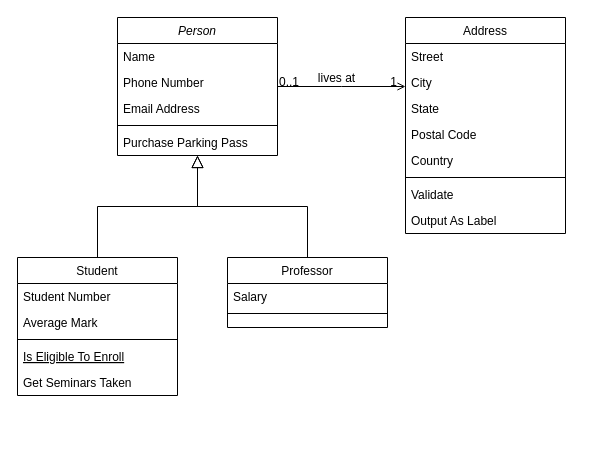
Above: ClassDiagram.drawio in Gmassis/InventoryManagerAPP (draw.io), before the change. Source tidied: cells renumbered, new cells numbered last; positions are measured from the earlier drawing's top-left corner, leaving out a move shared by most shapes. Both pictures are drawn from the tidied source at 100%, with x=0, y=0 at pixel (17, 17).
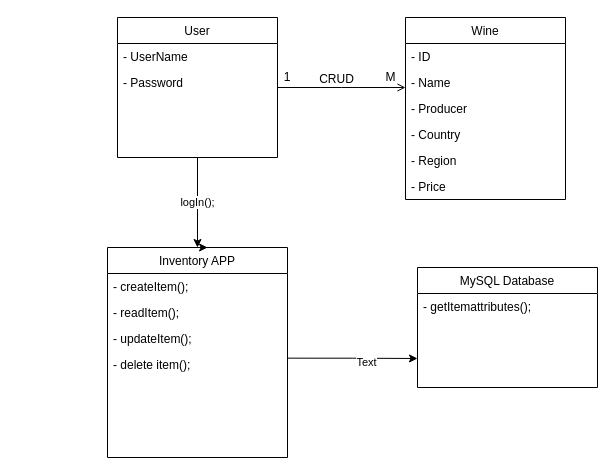
The same diagram, later.

The change refers to these unchanged cells:
```xml
<mxCell id="28" style="endArrow=open;shadow=0;strokeWidth=1;rounded=0;endFill=1;edgeStyle=elbowEdgeStyle;elbow=vertical;" parent="1" edge="1" source="2" target="19">
  <mxGeometry x="0.5" y="41" relative="1" as="geometry">
    <mxPoint x="-40" y="32" as="offset" />
  </mxGeometry>
</mxCell>
```

What changed in the source:
```diff
@@
+    <mxCell id="32" value="logIn();" style="edgeStyle=orthogonalEdgeStyle;rounded=0;jettySize=auto;html=1;exitX=0.5;exitY=1;exitDx=0;exitDy=0;entryX=0.5;entryY=0;entryDx=0;entryDy=0;" parent="1" edge="1" source="2" target="35">
+      <mxGeometry relative="1" as="geometry" />
+    </mxCell>
-    <mxCell id="2" value="Person" style="swimlane;fontStyle=2;align=center;verticalAlign=top;horizontal=1;startSize=26;rounded=0;shadow=0;strokeWidth=1;" parent="1" vertex="1">
-      <mxGeometry x="100" width="160" height="138" as="geometry" />
+    <mxCell id="2" value="User" style="swimlane;fontStyle=0;align=center;verticalAlign=top;horizontal=1;startSize=26;rounded=0;shadow=0;strokeWidth=1;" parent="1" vertex="1">
+      <mxGeometry x="100" width="160" height="140" as="geometry" />
     </mxCell>
-    <mxCell id="3" value="Name" style="text;align=left;verticalAlign=top;spacingLeft=4;spacingRight=4;overflow=hidden;" parent="2" vertex="1">
+    <mxCell id="3" value="- UserName" style="text;align=left;verticalAlign=top;spacingLeft=4;spacingRight=4;overflow=hidden;" parent="2" vertex="1">
       <mxGeometry y="26" width="160" height="26" as="geometry" />
     </mxCell>
-    <mxCell id="4" value="Phone Number" style="text;align=left;verticalAlign=top;spacingLeft=4;spacingRight=4;overflow=hidden;rounded=0;shadow=0;html=0;" parent="2" vertex="1">
+    <mxCell id="4" value="- Password" style="text;align=left;verticalAlign=top;spacingLeft=4;spacingRight=4;overflow=hidden;rounded=0;shadow=0;html=0;" parent="2" vertex="1">
       <mxGeometry y="52" width="160" height="26" as="geometry" />
     </mxCell>
-    <mxCell id="5" value="Email Address" style="text;align=left;verticalAlign=top;spacingLeft=4;spacingRight=4;overflow=hidden;rounded=0;shadow=0;html=0;" parent="2" vertex="1">
-      <mxGeometry y="78" width="160" height="26" as="geometry" />
-    </mxCell>
-    <mxCell id="6" style="line;html=1;strokeWidth=1;align=left;verticalAlign=middle;spacingTop=-1;spacingLeft=3;spacingRight=3;labelPosition=right;" parent="2" vertex="1">
-      <mxGeometry y="104" width="160" height="8" as="geometry" />
-    </mxCell>
-    <mxCell id="7" value="Purchase Parking Pass" style="text;align=left;verticalAlign=top;spacingLeft=4;spacingRight=4;overflow=hidden;" parent="2" vertex="1">
-      <mxGeometry y="112" width="160" height="26" as="geometry" />
-    </mxCell>
-    <mxCell id="8" value="Student" style="swimlane;fontStyle=0;align=center;verticalAlign=top;horizontal=1;startSize=26;rounded=0;shadow=0;strokeWidth=1;" parent="1" vertex="1">
-      <mxGeometry y="240" width="160" height="138" as="geometry" />
-    </mxCell>
-    <mxCell id="9" value="Student Number" style="text;align=left;verticalAlign=top;spacingLeft=4;spacingRight=4;overflow=hidden;" parent="8" vertex="1">
-      <mxGeometry y="26" width="160" height="26" as="geometry" />
-    </mxCell>
-    <mxCell id="10" value="Average Mark" style="text;align=left;verticalAlign=top;spacingLeft=4;spacingRight=4;overflow=hidden;rounded=0;shadow=0;html=0;" parent="8" vertex="1">
-      <mxGeometry y="52" width="160" height="26" as="geometry" />
-    </mxCell>
-    <mxCell id="11" style="line;html=1;strokeWidth=1;align=left;verticalAlign=middle;spacingTop=-1;spacingLeft=3;spacingRight=3;labelPosition=right;" parent="8" vertex="1">
-      <mxGeometry y="78" width="160" height="8" as="geometry" />
-    </mxCell>
-    <mxCell id="12" value="Is Eligible To Enroll" style="text;align=left;verticalAlign=top;spacingLeft=4;spacingRight=4;overflow=hidden;fontStyle=4;" parent="8" vertex="1">
-      <mxGeometry y="86" width="160" height="26" as="geometry" />
-    </mxCell>
-    <mxCell id="13" value="Get Seminars Taken" style="text;align=left;verticalAlign=top;spacingLeft=4;spacingRight=4;overflow=hidden;" parent="8" vertex="1">
-      <mxGeometry y="112" width="160" height="26" as="geometry" />
-    </mxCell>
-    <mxCell id="14" style="endArrow=block;endSize=10;endFill=0;shadow=0;strokeWidth=1;rounded=0;edgeStyle=elbowEdgeStyle;elbow=vertical;" parent="1" edge="1" source="8" target="2">
-      <mxGeometry relative="1" as="geometry" />
-    </mxCell>
-    <mxCell id="15" value="Professor" style="swimlane;fontStyle=0;align=center;verticalAlign=top;horizontal=1;startSize=26;rounded=0;shadow=0;strokeWidth=1;" parent="1" vertex="1">
-      <mxGeometry x="210" y="240" width="160" height="70" as="geometry" />
+    <mxCell id="15" value="MySQL Database" style="swimlane;fontStyle=0;align=center;verticalAlign=top;horizontal=1;startSize=26;rounded=0;shadow=0;strokeWidth=1;" parent="1" vertex="1">
+      <mxGeometry x="400" y="250" width="180" height="120" as="geometry" />
     </mxCell>
-    <mxCell id="16" value="Salary" style="text;align=left;verticalAlign=top;spacingLeft=4;spacingRight=4;overflow=hidden;" parent="15" vertex="1">
-      <mxGeometry y="26" width="160" height="26" as="geometry" />
-    </mxCell>
-    <mxCell id="17" style="line;html=1;strokeWidth=1;align=left;verticalAlign=middle;spacingTop=-1;spacingLeft=3;spacingRight=3;labelPosition=right;" parent="15" vertex="1">
-      <mxGeometry y="52" width="160" height="8" as="geometry" />
-    </mxCell>
-    <mxCell id="18" style="endArrow=block;endSize=10;endFill=0;shadow=0;strokeWidth=1;rounded=0;edgeStyle=elbowEdgeStyle;elbow=vertical;" parent="1" edge="1" source="15" target="2">
-      <mxGeometry relative="1" as="geometry" />
-    </mxCell>
+    <mxCell id="33" value="- getItemattributes();" style="text;align=left;verticalAlign=top;spacingLeft=4;spacingRight=4;overflow=hidden;" parent="15" vertex="1">
+      <mxGeometry y="26" width="180" height="26" as="geometry" />
+    </mxCell>
-    <mxCell id="19" value="Address" style="swimlane;fontStyle=0;align=center;verticalAlign=top;horizontal=1;startSize=26;rounded=0;shadow=0;strokeWidth=1;" parent="1" vertex="1">
-      <mxGeometry x="388" width="160" height="216" as="geometry" />
+    <mxCell id="19" value="Wine" style="swimlane;fontStyle=0;align=center;verticalAlign=top;horizontal=1;startSize=26;rounded=0;shadow=0;strokeWidth=1;" parent="1" vertex="1">
+      <mxGeometry x="388" width="160" height="182" as="geometry" />
     </mxCell>
-    <mxCell id="20" value="Street" style="text;align=left;verticalAlign=top;spacingLeft=4;spacingRight=4;overflow=hidden;" parent="19" vertex="1">
+    <mxCell id="20" value="- ID" style="text;align=left;verticalAlign=top;spacingLeft=4;spacingRight=4;overflow=hidden;" parent="19" vertex="1">
       <mxGeometry y="26" width="160" height="26" as="geometry" />
     </mxCell>
-    <mxCell id="21" value="City" style="text;align=left;verticalAlign=top;spacingLeft=4;spacingRight=4;overflow=hidden;rounded=0;shadow=0;html=0;" parent="19" vertex="1">
+    <mxCell id="21" value="- Name&#10;" style="text;align=left;verticalAlign=top;spacingLeft=4;spacingRight=4;overflow=hidden;rounded=0;shadow=0;html=0;" parent="19" vertex="1">
       <mxGeometry y="52" width="160" height="26" as="geometry" />
     </mxCell>
-    <mxCell id="22" value="State" style="text;align=left;verticalAlign=top;spacingLeft=4;spacingRight=4;overflow=hidden;rounded=0;shadow=0;html=0;" parent="19" vertex="1">
+    <mxCell id="22" value="- Producer" style="text;align=left;verticalAlign=top;spacingLeft=4;spacingRight=4;overflow=hidden;rounded=0;shadow=0;html=0;" parent="19" vertex="1">
       <mxGeometry y="78" width="160" height="26" as="geometry" />
     </mxCell>
-    <mxCell id="23" value="Postal Code" style="text;align=left;verticalAlign=top;spacingLeft=4;spacingRight=4;overflow=hidden;rounded=0;shadow=0;html=0;" parent="19" vertex="1">
+    <mxCell id="23" value="- Country" style="text;align=left;verticalAlign=top;spacingLeft=4;spacingRight=4;overflow=hidden;rounded=0;shadow=0;html=0;" parent="19" vertex="1">
       <mxGeometry y="104" width="160" height="26" as="geometry" />
     </mxCell>
-    <mxCell id="24" value="Country" style="text;align=left;verticalAlign=top;spacingLeft=4;spacingRight=4;overflow=hidden;rounded=0;shadow=0;html=0;" parent="19" vertex="1">
+    <mxCell id="24" value="- Region" style="text;align=left;verticalAlign=top;spacingLeft=4;spacingRight=4;overflow=hidden;rounded=0;shadow=0;html=0;" parent="19" vertex="1">
       <mxGeometry y="130" width="160" height="26" as="geometry" />
     </mxCell>
-    <mxCell id="25" style="line;html=1;strokeWidth=1;align=left;verticalAlign=middle;spacingTop=-1;spacingLeft=3;spacingRight=3;labelPosition=right;" parent="19" vertex="1">
-      <mxGeometry y="156" width="160" height="8" as="geometry" />
-    </mxCell>
-    <mxCell id="26" value="Validate" style="text;align=left;verticalAlign=top;spacingLeft=4;spacingRight=4;overflow=hidden;" parent="19" vertex="1">
-      <mxGeometry y="164" width="160" height="26" as="geometry" />
+    <mxCell id="26" value="- Price" style="text;align=left;verticalAlign=top;spacingLeft=4;spacingRight=4;overflow=hidden;" parent="19" vertex="1">
+      <mxGeometry y="156" width="160" height="26" as="geometry" />
     </mxCell>
-    <mxCell id="27" value="Output As Label" style="text;align=left;verticalAlign=top;spacingLeft=4;spacingRight=4;overflow=hidden;" parent="19" vertex="1">
-      <mxGeometry y="190" width="160" height="26" as="geometry" />
-    </mxCell>
@@
-    <mxCell id="29" value="0..1" style="align=left;verticalAlign=bottom;labelBackgroundColor=none;fontSize=12;" parent="28" vertex="1">
-      <mxGeometry x="-1" relative="1" as="geometry">
-        <mxPoint y="4" as="offset" />
-      </mxGeometry>
-    </mxCell>
+    <mxCell id="31" value="CRUD" style="text;html=1;align=center;verticalAlign=middle;labelBackgroundColor=none;rounded=0;shadow=0;strokeWidth=1;fontSize=12;" parent="28" vertex="1">
+      <mxGeometry x="0.5" y="49" relative="1" as="geometry">
+        <mxPoint x="-38" y="40" as="offset" />
+      </mxGeometry>
+    </mxCell>
-    <mxCell id="30" value="1" style="align=right;verticalAlign=bottom;labelBackgroundColor=none;fontSize=12;" parent="28" vertex="1">
-      <mxGeometry x="1" relative="1" as="geometry">
-        <mxPoint x="-7" y="4" as="offset" />
-      </mxGeometry>
+    <mxCell id="30" value="1" style="text;html=1;strokeColor=none;fillColor=none;align=center;verticalAlign=middle;whiteSpace=wrap;rounded=0;" parent="1" vertex="1">
+      <mxGeometry x="240" y="50" width="60" height="20" as="geometry" />
     </mxCell>
-    <mxCell id="31" value="lives at" style="text;html=1;align=center;verticalAlign=middle;labelBackgroundColor=none;rounded=0;shadow=0;strokeWidth=1;fontSize=12;" parent="28" vertex="1">
-      <mxGeometry x="0.5" y="49" relative="1" as="geometry">
-        <mxPoint x="-38" y="40" as="offset" />
-      </mxGeometry>
-    </mxCell>
+    <mxCell id="34" value="M" style="text;html=1;align=center;verticalAlign=middle;strokeColor=none;fillColor=none;" parent="1" vertex="1">
+      <mxGeometry x="358" y="45" width="30" height="30" as="geometry" />
+    </mxCell>
+    <mxCell id="35" value="Inventory APP" style="swimlane;fontStyle=0;align=center;verticalAlign=top;horizontal=1;startSize=26;rounded=0;shadow=0;strokeWidth=1;" parent="1" vertex="1">
+      <mxGeometry x="90" y="230" width="180" height="210" as="geometry" />
+    </mxCell>
+    <mxCell id="36" value="- createItem();" style="text;align=left;verticalAlign=top;spacingLeft=4;spacingRight=4;overflow=hidden;" parent="35" vertex="1">
+      <mxGeometry y="26" width="180" height="26" as="geometry" />
+    </mxCell>
+    <mxCell id="37" value="- readItem();" style="text;align=left;verticalAlign=top;spacingLeft=4;spacingRight=4;overflow=hidden;" parent="35" vertex="1">
+      <mxGeometry y="52" width="180" height="26" as="geometry" />
+    </mxCell>
+    <mxCell id="38" value="- updateItem();" style="text;align=left;verticalAlign=top;spacingLeft=4;spacingRight=4;overflow=hidden;" parent="35" vertex="1">
+      <mxGeometry y="78" width="180" height="26" as="geometry" />
+    </mxCell>
+    <mxCell id="39" value="- delete item();" style="text;align=left;verticalAlign=top;spacingLeft=4;spacingRight=4;overflow=hidden;points=[[0,0.5],[1,0.5]];portConstraint=eastwest;" parent="35" vertex="1">
+      <mxGeometry y="104" width="180" height="26" as="geometry" />
+    </mxCell>
+    <mxCell id="40" style="edgeStyle=orthogonalEdgeStyle;rounded=0;orthogonalLoop=1;jettySize=auto;html=1;exitX=0.5;exitY=0;exitDx=0;exitDy=0;entryX=0.556;entryY=0;entryDx=0;entryDy=0;entryPerimeter=0;" parent="1" edge="1" source="35" target="35">
+      <mxGeometry relative="1" as="geometry" />
+    </mxCell>
+    <mxCell id="41" style="edgeStyle=orthogonalEdgeStyle;rounded=0;jettySize=auto;html=1;exitX=0.998;exitY=0.256;exitDx=0;exitDy=0;entryX=0;entryY=0.5;entryDx=0;entryDy=0;exitPerimeter=0;" parent="1" edge="1" source="39">
+      <mxGeometry relative="1" as="geometry">
+        <mxPoint x="400" y="341" as="targetPoint" />
+      </mxGeometry>
+    </mxCell>
+    <mxCell id="42" value="Text" style="edgeLabel;html=1;align=center;verticalAlign=middle;" parent="41" vertex="1">
+      <mxGeometry x="0.22" y="-3" relative="1" as="geometry" />
+    </mxCell>
```
